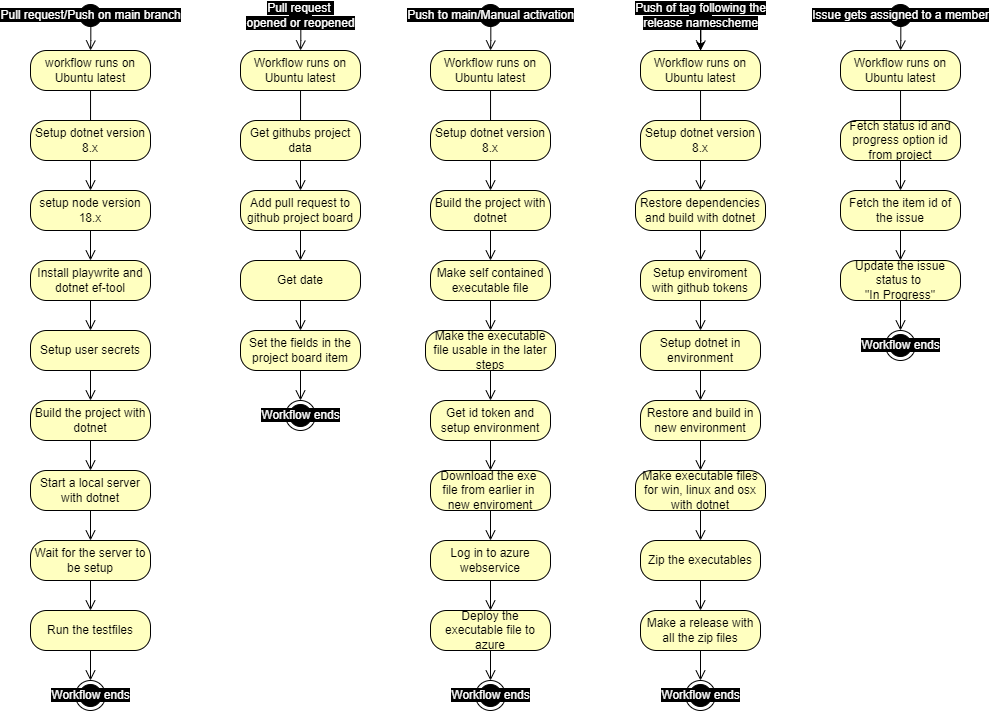
Before: docs/images/githubWorkflowUmlActivityDiagrams.png, a diagram exported from draw.io (ITU-BDSA2024-GROUP1/Chirp). Source tidied: cells renumbered, new cells last; positions are measured from the earlier drawing's top-left corner, leaving out a move shared by most shapes.
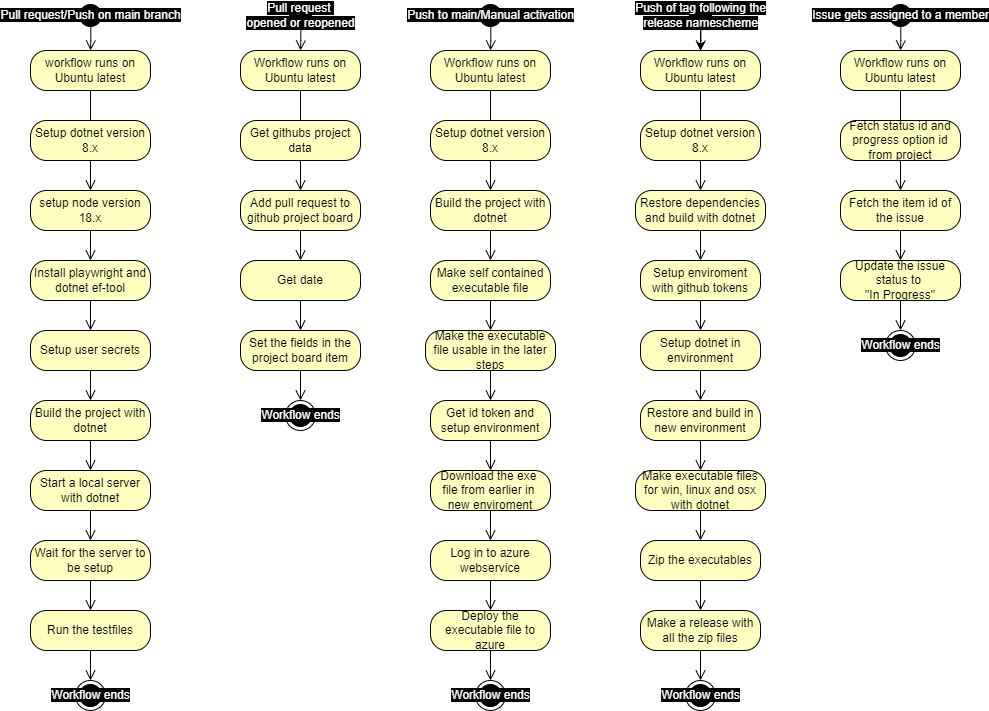
After the commit.

Commit message:
unrefined version of github workflows description

The edit, as a diff of the source:
```diff
@@ -28,7 +28,7 @@
     <mxCell id="9" style="edgeStyle=orthogonalEdgeStyle;html=1;verticalAlign=bottom;endArrow=open;endSize=8;strokeColor=#000000;rounded=0;entryX=0.5;entryY=0;entryDx=0;entryDy=0;" parent="1" edge="1" source="8" target="10">
       <mxGeometry relative="1" as="geometry" />
     </mxCell>
-    <mxCell id="10" value="Install playwrite and dotnet ef-tool" style="rounded=1;whiteSpace=wrap;html=1;arcSize=40;fontColor=#000000;fillColor=#ffffc0;strokeColor=#000000;" parent="1" vertex="1">
+    <mxCell id="10" value="Install playwright and dotnet ef-tool" style="rounded=1;whiteSpace=wrap;html=1;arcSize=40;fontColor=#000000;fillColor=#ffffc0;strokeColor=#000000;" parent="1" vertex="1">
       <mxGeometry y="260" width="120" height="40" as="geometry" />
     </mxCell>
     <mxCell id="11" style="edgeStyle=orthogonalEdgeStyle;html=1;verticalAlign=bottom;endArrow=open;endSize=8;strokeColor=#000000;rounded=0;entryX=0.5;entryY=0;entryDx=0;entryDy=0;" parent="1" edge="1" source="10" target="12">
```
